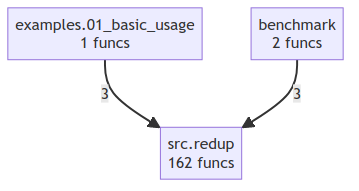
This is project/compact_flow.png from semcod/redup, a Mermaid export, as it was before one commit. Its source is kept beside it as project/compact_flow.mmd.
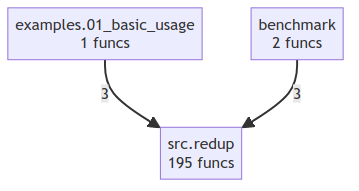
The same diagram one commit later.

Change to the diagram source:
```diff
@@ -1,6 +1,6 @@
 flowchart TD
     benchmark["benchmark<br/>2 funcs"]
     examples_01_basic_usage["examples.01_basic_usage<br/>1 funcs"]
-    src_redup["src.redup<br/>193 funcs"]
+    src_redup["src.redup<br/>195 funcs"]
+    examples_01_basic_usage -->|3| src_redup
     benchmark -->|3| src_redup
-    examples_01_basic_usage -->|3| src_redup
```
